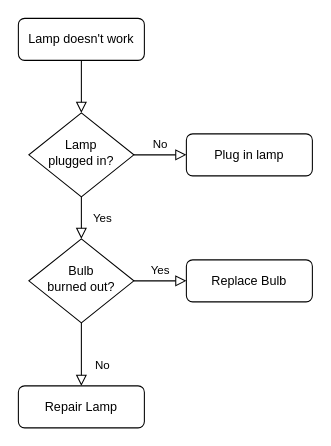
Earlier version of the draw.io diagram Диаграмма без названия.drawio (akareactor/spacestation). Source tidied: cells renumbered, new cells numbered last; positions are measured from the earlier drawing's top-left corner, leaving out a move shared by most shapes. Both pictures are drawn from the tidied source at 105%, with x=0, y=0 at pixel (18, 18).
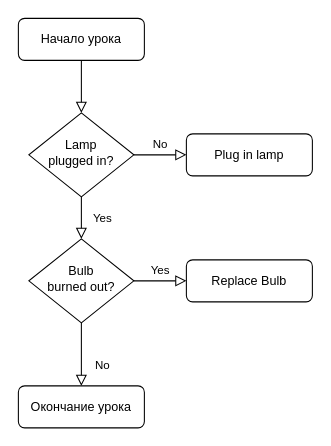
The same page after the edit.

The edit, as a diff of the source:
```diff
@@
 <mxGraphModel>
   <root>
     <mxCell id="0" />
     <mxCell id="1" parent="0" />
     <mxCell id="2" style="rounded=0;html=1;jettySize=auto;fontSize=11;endArrow=block;endFill=0;endSize=8;strokeWidth=1;shadow=0;labelBackgroundColor=none;edgeStyle=orthogonalEdgeStyle;" parent="1" edge="1" source="3" target="6">
       <mxGeometry relative="1" as="geometry" />
     </mxCell>
-    <mxCell id="3" value="Lamp doesn't work" style="rounded=1;whiteSpace=wrap;html=1;fontSize=12;glass=0;strokeWidth=1;shadow=0;" parent="1" vertex="1">
+    <mxCell id="3" value="Начало урока" style="rounded=1;whiteSpace=wrap;html=1;fontSize=12;glass=0;strokeWidth=1;shadow=0;" parent="1" vertex="1">
       <mxGeometry width="120" height="40" as="geometry" />
     </mxCell>
     <mxCell id="4" value="Yes" style="rounded=0;html=1;jettySize=auto;fontSize=11;endArrow=block;endFill=0;endSize=8;strokeWidth=1;shadow=0;labelBackgroundColor=none;edgeStyle=orthogonalEdgeStyle;" parent="1" edge="1" source="6" target="10">
       <mxGeometry y="20" relative="1" as="geometry" />
     </mxCell>
     <mxCell id="5" value="No" style="edgeStyle=orthogonalEdgeStyle;rounded=0;html=1;jettySize=auto;fontSize=11;endArrow=block;endFill=0;endSize=8;strokeWidth=1;shadow=0;labelBackgroundColor=none;" parent="1" edge="1" source="6" target="7">
       <mxGeometry y="10" relative="1" as="geometry" />
     </mxCell>
     <mxCell id="6" value="Lamp&lt;br&gt;plugged in?" style="rhombus;whiteSpace=wrap;html=1;shadow=0;fontFamily=Helvetica;fontSize=12;align=center;strokeWidth=1;spacing=6;spacingTop=-4;" parent="1" vertex="1">
       <mxGeometry x="10" y="90" width="100" height="80" as="geometry" />
     </mxCell>
     <mxCell id="7" value="Plug in lamp" style="rounded=1;whiteSpace=wrap;html=1;fontSize=12;glass=0;strokeWidth=1;shadow=0;" parent="1" vertex="1">
       <mxGeometry x="160" y="110" width="120" height="40" as="geometry" />
     </mxCell>
     <mxCell id="8" value="No" style="rounded=0;html=1;jettySize=auto;fontSize=11;endArrow=block;endFill=0;endSize=8;strokeWidth=1;shadow=0;labelBackgroundColor=none;edgeStyle=orthogonalEdgeStyle;" parent="1" edge="1" source="10" target="11">
       <mxGeometry x="0.33" y="20" relative="1" as="geometry" />
     </mxCell>
     <mxCell id="9" value="Yes" style="edgeStyle=orthogonalEdgeStyle;rounded=0;html=1;jettySize=auto;fontSize=11;endArrow=block;endFill=0;endSize=8;strokeWidth=1;shadow=0;labelBackgroundColor=none;" parent="1" edge="1" source="10" target="12">
       <mxGeometry y="10" relative="1" as="geometry" />
     </mxCell>
     <mxCell id="10" value="Bulb&lt;br&gt;burned out?" style="rhombus;whiteSpace=wrap;html=1;shadow=0;fontFamily=Helvetica;fontSize=12;align=center;strokeWidth=1;spacing=6;spacingTop=-4;" parent="1" vertex="1">
       <mxGeometry x="10" y="210" width="100" height="80" as="geometry" />
     </mxCell>
-    <mxCell id="11" value="Repair Lamp" style="rounded=1;whiteSpace=wrap;html=1;fontSize=12;glass=0;strokeWidth=1;shadow=0;" parent="1" vertex="1">
+    <mxCell id="11" value="Окончание урока" style="rounded=1;whiteSpace=wrap;html=1;fontSize=12;glass=0;strokeWidth=1;shadow=0;" parent="1" vertex="1">
       <mxGeometry y="350" width="120" height="40" as="geometry" />
     </mxCell>
     <mxCell id="12" value="Replace Bulb" style="rounded=1;whiteSpace=wrap;html=1;fontSize=12;glass=0;strokeWidth=1;shadow=0;" parent="1" vertex="1">
       <mxGeometry x="160" y="230" width="120" height="40" as="geometry" />
     </mxCell>
   </root>
 </mxGraphModel>
```
